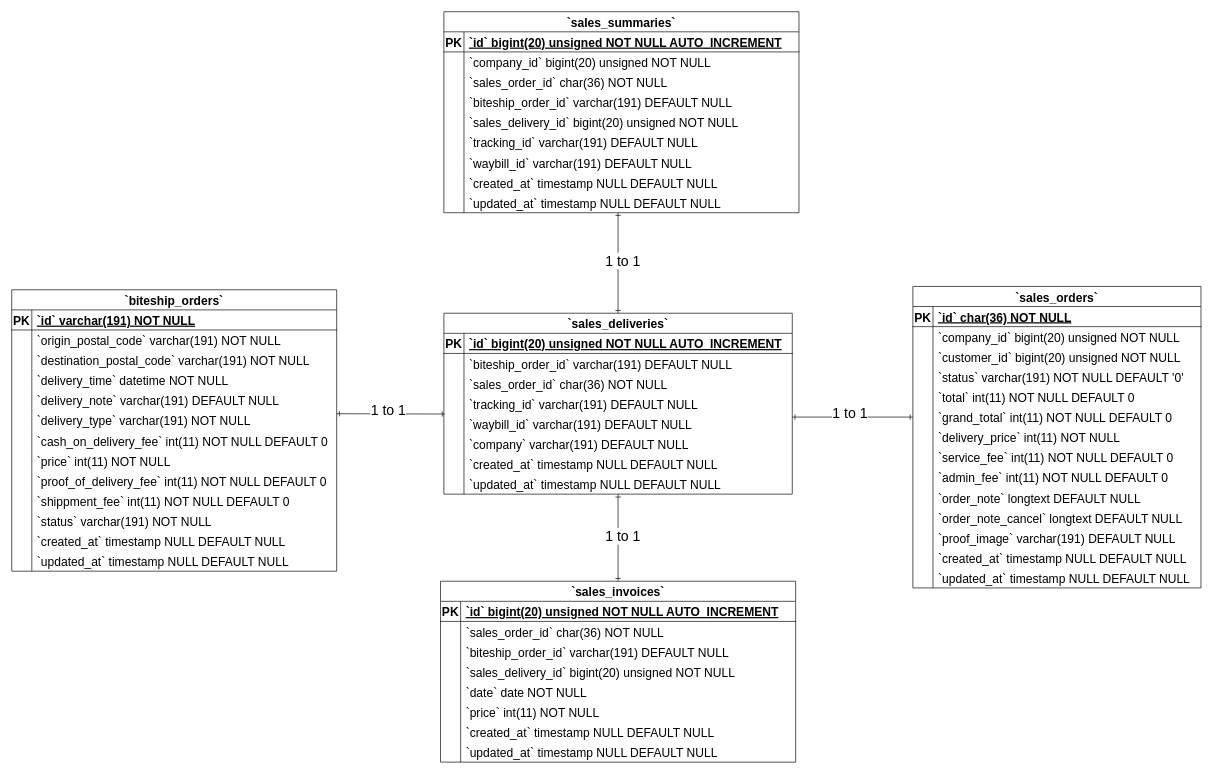
The draw.io diagram Sales Deliveries ERD Diagram.drawio in Simasco/diagram, before the edit. Source tidied: cells renumbered, new cells numbered last; positions are measured from the earlier drawing's top-left corner, leaving out a move shared by most shapes. Both pictures are drawn from the tidied source at 67%, with x=0, y=0 at pixel (11, 11).
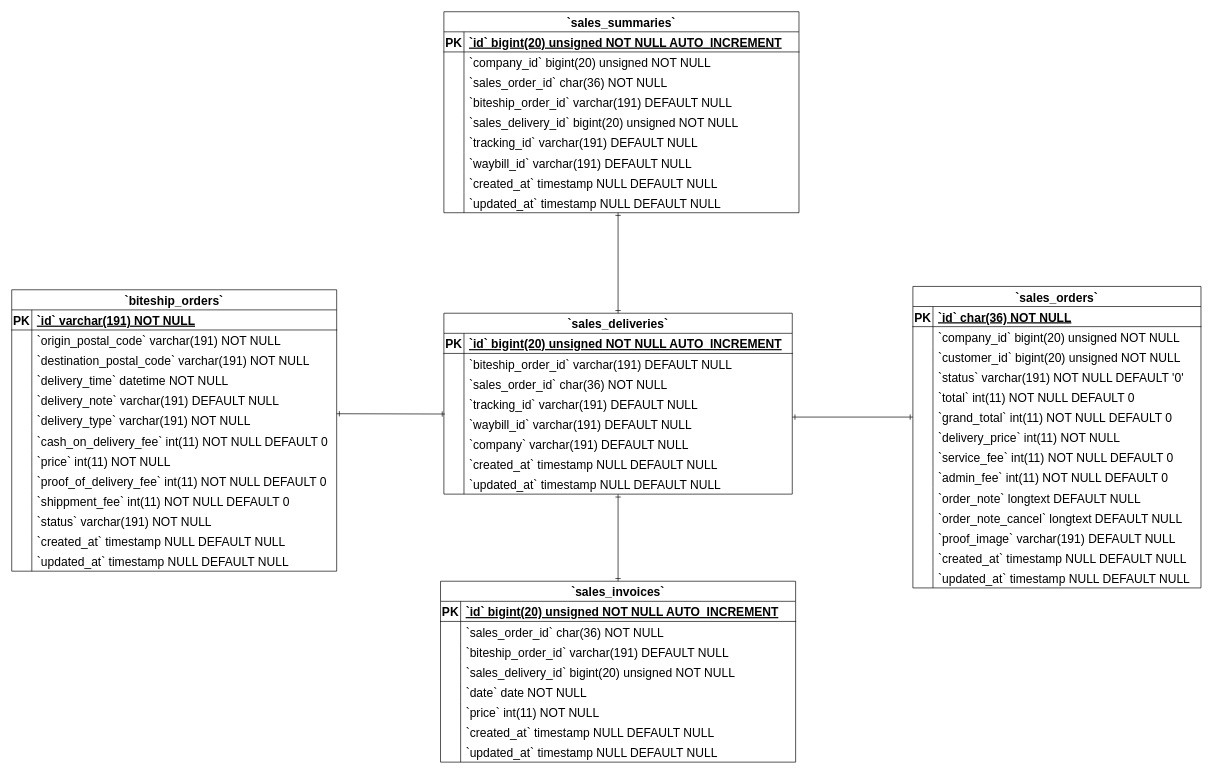
After the change.

The change refers to these unchanged cells:
```xml
<mxCell id="163" style="fontSize=12;html=1;endArrow=ERone;startArrow=ERone;rounded=0;exitX=0.5;exitY=1.012;exitDx=0;exitDy=0;exitPerimeter=0;entryX=0.5;entryY=0;entryDx=0;entryDy=0;startFill=0;endFill=0;" parent="1" edge="1" source="64" target="110">
  <mxGeometry relative="1" as="geometry" />
</mxCell>
<mxCell id="165" style="fontSize=12;html=1;endArrow=ERone;startArrow=ERone;rounded=0;startFill=0;endFill=0;" parent="1" edge="1" target="42">
  <mxGeometry relative="1" as="geometry">
    <mxPoint x="905" y="300" as="sourcePoint" />
  </mxGeometry>
</mxCell>
<mxCell id="167" style="fontSize=12;html=1;endArrow=ERone;startArrow=ERone;rounded=0;entryX=0.003;entryY=0.015;entryDx=0;entryDy=0;entryPerimeter=0;startFill=0;endFill=0;" parent="1" edge="1" target="55">
  <mxGeometry relative="1" as="geometry">
    <mxPoint x="485" y="600" as="sourcePoint" />
  </mxGeometry>
</mxCell>
<mxCell id="169" style="fontSize=12;html=1;endArrow=ERone;startArrow=ERone;rounded=0;entryX=0;entryY=0.5;entryDx=0;entryDy=0;startFill=0;endFill=0;" parent="1" edge="1" target="83">
  <mxGeometry relative="1" as="geometry">
    <mxPoint x="1165" y="605" as="sourcePoint" />
  </mxGeometry>
</mxCell>
```

Change to the diagram source:
```diff
@@
-    <mxCell id="164" value="&lt;font style=&quot;font-size: 21px;&quot;&gt;1 to 1&lt;/font&gt;" style="edgeLabel;html=1;align=center;verticalAlign=middle;" parent="163" vertex="1">
-      <mxGeometry x="-0.05" y="7" relative="1" as="geometry">
-        <mxPoint x="-1" as="offset" />
-      </mxGeometry>
-    </mxCell>
@@
-    <mxCell id="166" value="&lt;font style=&quot;font-size: 21px;&quot;&gt;1 to 1&lt;/font&gt;" style="edgeLabel;html=1;align=center;verticalAlign=middle;" parent="165" vertex="1">
-      <mxGeometry x="-0.05" y="7" relative="1" as="geometry">
-        <mxPoint x="-1" as="offset" />
-      </mxGeometry>
-    </mxCell>
@@
-    <mxCell id="168" value="&lt;font style=&quot;font-size: 21px;&quot;&gt;1 to 1&lt;/font&gt;" style="edgeLabel;html=1;align=center;verticalAlign=middle;" parent="167" vertex="1">
-      <mxGeometry x="-0.05" y="7" relative="1" as="geometry">
-        <mxPoint x="-1" as="offset" />
-      </mxGeometry>
-    </mxCell>
@@
-    <mxCell id="170" value="&lt;font style=&quot;font-size: 21px;&quot;&gt;1 to 1&lt;/font&gt;" style="edgeLabel;html=1;align=center;verticalAlign=middle;" parent="169" vertex="1">
-      <mxGeometry x="-0.05" y="7" relative="1" as="geometry">
-        <mxPoint x="-1" as="offset" />
-      </mxGeometry>
-    </mxCell>
```
